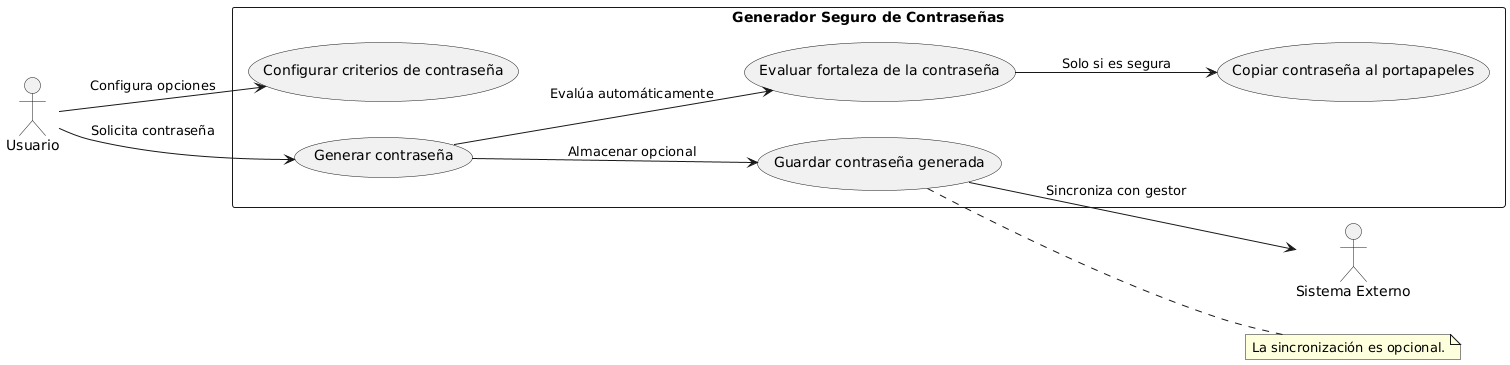
This is docs/casos_de_uso.png from Levaedu77/Generador-Contrasenas-UIDE, a PlantUML export, as it was before one commit.
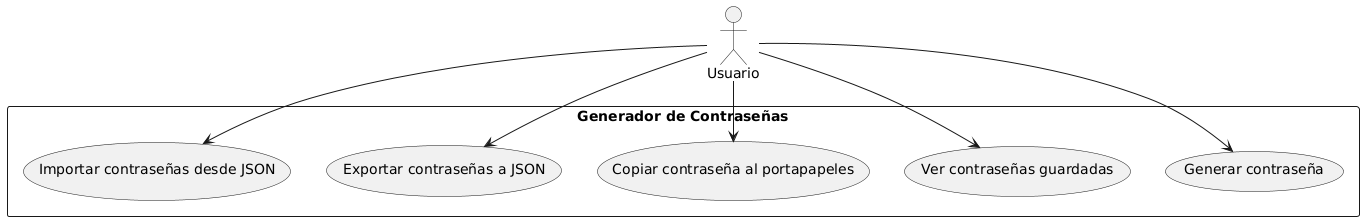
Above is the later version.

Commit message:
Añadiendo diagramas de flujo finales

What changed in the source:
```diff
@@ -1,22 +1,15 @@
 @startuml
-left to right direction
-
 actor Usuario
-actor "Sistema Externo" as SE
-
-rectangle "Generador Seguro de Contraseñas" {
-    usecase "Configurar criterios de contraseña" as C1
-    usecase "Generar contraseña" as C2
-    usecase "Evaluar fortaleza de la contraseña" as C3
-    usecase "Copiar contraseña al portapapeles" as C4
-    usecase "Guardar contraseña generada" as C5
+rectangle "Generador de Contraseñas" {
+    usecase "Generar contraseña" as UC1
+    usecase "Ver contraseñas guardadas" as UC2
+    usecase "Copiar contraseña al portapapeles" as UC3
+    usecase "Exportar contraseñas a JSON" as UC4
+    usecase "Importar contraseñas desde JSON" as UC5
 }
-
-Usuario --> C1 : Configura opciones
-Usuario --> C2 : Solicita contraseña
-C2 --> C3 : Evalúa automáticamente
-C3 --> C4 : Solo si es segura
-C2 --> C5 : Almacenar opcional
-C5 --> SE : Sincroniza con gestor
-note right of C5 : La sincronización es opcional.
+Usuario --> UC1
+Usuario --> UC2
+Usuario --> UC3
+Usuario --> UC4
+Usuario --> UC5
 @enduml
```
